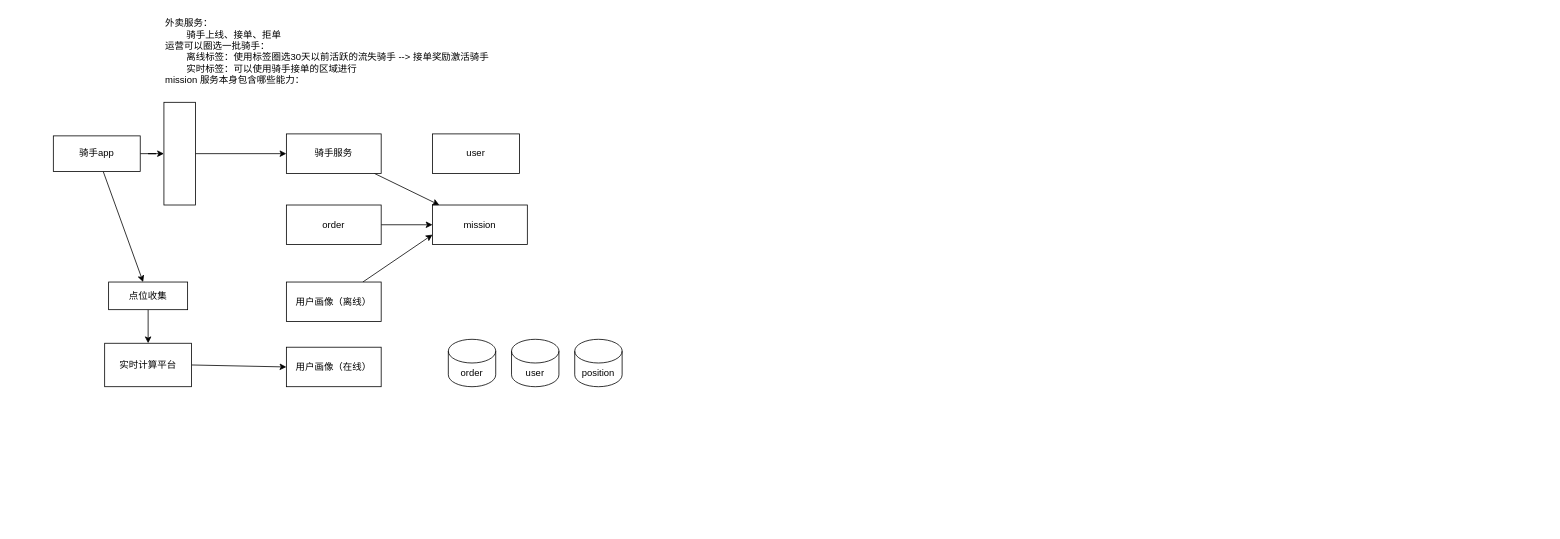
ShayneL/- keeps this draw.io diagram as 面试1.drawio. Above is the earlier version. Source tidied: cells renumbered, new cells numbered last; positions are measured from the earlier drawing's top-left corner, leaving out a move shared by most shapes. Both pictures are drawn from the tidied source at 79%, with x=0, y=0 at pixel (53, 13).
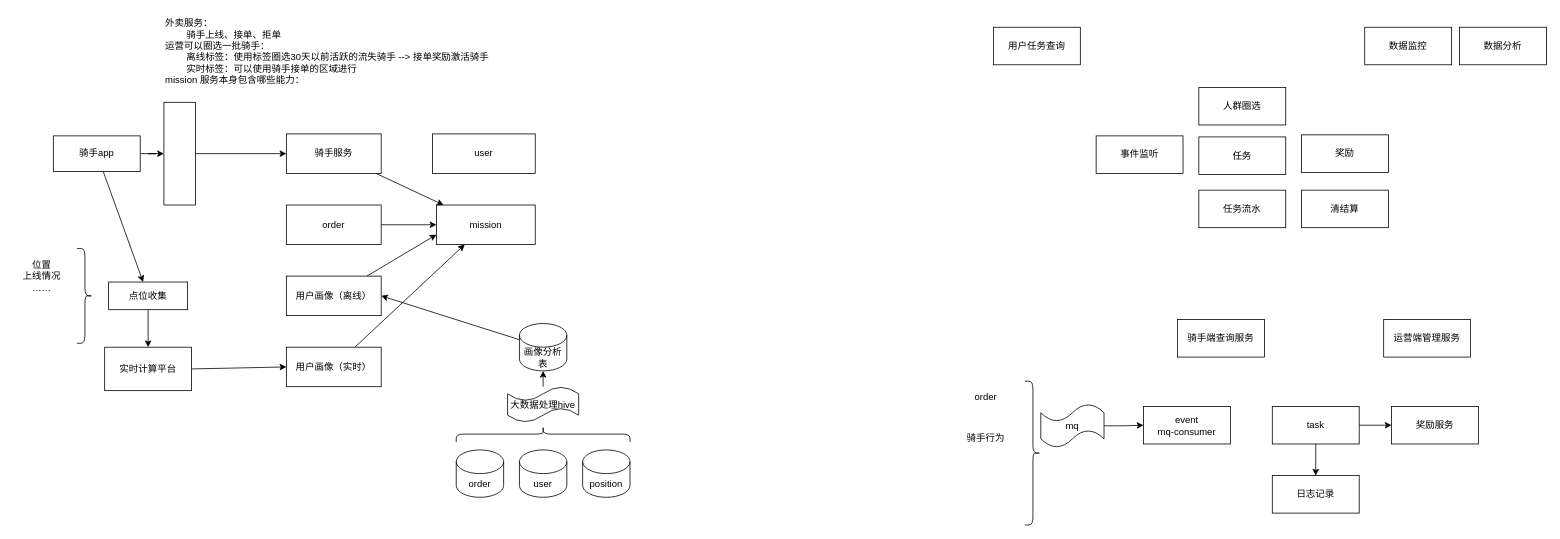
Above is the later version.

What changed in the source:
```diff
@@
     <mxCell id="3" value="mission" style="rounded=0;whiteSpace=wrap;html=1;" parent="1" vertex="1">
-      <mxGeometry x="480" y="242" width="120" height="50" as="geometry" />
+      <mxGeometry x="485" y="242" width="125" height="50" as="geometry" />
     </mxCell>
@@
     <mxCell id="9" value="用户画像（离线）" style="rounded=0;whiteSpace=wrap;html=1;" parent="1" vertex="1">
-      <mxGeometry x="295" y="339.5" width="120" height="50" as="geometry" />
+      <mxGeometry x="295" y="332" width="120" height="50" as="geometry" />
     </mxCell>
@@
+    <mxCell id="24" style="rounded=0;jettySize=auto;html=1;" parent="1" edge="1" source="15" target="3">
+      <mxGeometry relative="1" as="geometry" />
+    </mxCell>
-    <mxCell id="15" value="用户画像（在线）" style="rounded=0;whiteSpace=wrap;html=1;" parent="1" vertex="1">
+    <mxCell id="15" value="用户画像（实时）" style="rounded=0;whiteSpace=wrap;html=1;" parent="1" vertex="1">
       <mxGeometry x="295" y="422" width="120" height="50" as="geometry" />
     </mxCell>
@@
     <mxCell id="19" value="order" style="shape=cylinder3;whiteSpace=wrap;html=1;boundedLbl=1;backgroundOutline=1;size=15;" parent="1" vertex="1">
-      <mxGeometry x="500" y="412" width="60" height="60" as="geometry" />
+      <mxGeometry x="510" y="552" width="60" height="60" as="geometry" />
     </mxCell>
     <mxCell id="20" value="user" style="rounded=0;whiteSpace=wrap;html=1;" parent="1" vertex="1">
-      <mxGeometry x="480" y="152" width="110" height="50" as="geometry" />
+      <mxGeometry x="480" y="152" width="130" height="50" as="geometry" />
     </mxCell>
     <mxCell id="21" value="user" style="shape=cylinder3;whiteSpace=wrap;html=1;boundedLbl=1;backgroundOutline=1;size=15;" parent="1" vertex="1">
-      <mxGeometry x="580" y="412" width="60" height="60" as="geometry" />
+      <mxGeometry x="590" y="552" width="60" height="60" as="geometry" />
     </mxCell>
     <mxCell id="22" value="position" style="shape=cylinder3;whiteSpace=wrap;html=1;boundedLbl=1;backgroundOutline=1;size=15;" parent="1" vertex="1">
-      <mxGeometry x="660" y="412" width="60" height="60" as="geometry" />
+      <mxGeometry x="670" y="552" width="60" height="60" as="geometry" />
     </mxCell>
     <mxCell id="23" value="实时计算平台" style="rounded=0;whiteSpace=wrap;html=1;" parent="1" vertex="1">
-      <mxGeometry x="65" y="417" width="110" height="55" as="geometry" />
+      <mxGeometry x="65" y="422" width="110" height="55" as="geometry" />
     </mxCell>
+    <mxCell id="25" style="shape=curlyBracket;whiteSpace=wrap;html=1;rounded=1;flipH=1;labelPosition=right;verticalLabelPosition=middle;align=left;verticalAlign=middle;" parent="1" vertex="1">
+      <mxGeometry x="30" y="297" width="20" height="120" as="geometry" />
+    </mxCell>
+    <mxCell id="26" value="位置&lt;div&gt;上线情况&lt;/div&gt;&lt;div&gt;……&lt;/div&gt;" style="text;html=1;align=center;verticalAlign=middle;strokeColor=none;fillColor=none;" parent="1" vertex="1">
+      <mxGeometry x="-50" y="302" width="70" height="60" as="geometry" />
+    </mxCell>
+    <mxCell id="27" style="shape=curlyBracket;whiteSpace=wrap;html=1;rounded=1;labelPosition=left;verticalLabelPosition=middle;align=right;verticalAlign=middle;rotation=90;" parent="1" vertex="1">
+      <mxGeometry x="610" y="422" width="20" height="220" as="geometry" />
+    </mxCell>
+    <mxCell id="28" style="edgeStyle=orthogonalEdgeStyle;rounded=0;jettySize=auto;html=1;" parent="1" edge="1" source="29">
+      <mxGeometry relative="1" as="geometry">
+        <mxPoint x="620" y="452" as="targetPoint" />
+      </mxGeometry>
+    </mxCell>
+    <mxCell id="29" value="大数据处理hive" style="shape=tape;whiteSpace=wrap;html=1;" parent="1" vertex="1">
+      <mxGeometry x="575" y="472" width="90" height="45" as="geometry" />
+    </mxCell>
+    <mxCell id="30" style="rounded=0;jettySize=auto;html=1;entryX=1;entryY=0.5;entryDx=0;entryDy=0;" parent="1" edge="1" source="31" target="9">
+      <mxGeometry relative="1" as="geometry" />
+    </mxCell>
+    <mxCell id="31" value="画像分析表" style="shape=cylinder3;whiteSpace=wrap;html=1;boundedLbl=1;backgroundOutline=1;size=15;" parent="1" vertex="1">
+      <mxGeometry x="590" y="392" width="60" height="60" as="geometry" />
+    </mxCell>
+    <mxCell id="32" value="任务" style="rounded=0;whiteSpace=wrap;html=1;" parent="1" vertex="1">
+      <mxGeometry x="1450" y="155.8" width="110" height="47.5" as="geometry" />
+    </mxCell>
+    <mxCell id="33" value="人群圈选" style="rounded=0;whiteSpace=wrap;html=1;" parent="1" vertex="1">
+      <mxGeometry x="1450" y="93.2" width="110" height="47.5" as="geometry" />
+    </mxCell>
+    <mxCell id="34" value="事件监听" style="rounded=0;whiteSpace=wrap;html=1;" parent="1" vertex="1">
+      <mxGeometry x="1320" y="154.5" width="110" height="47.5" as="geometry" />
+    </mxCell>
+    <mxCell id="35" value="奖励" style="rounded=0;whiteSpace=wrap;html=1;" parent="1" vertex="1">
+      <mxGeometry x="1580" y="153.2" width="110" height="47.5" as="geometry" />
+    </mxCell>
+    <mxCell id="36" value="任务流水" style="rounded=0;whiteSpace=wrap;html=1;" parent="1" vertex="1">
+      <mxGeometry x="1450" y="223.2" width="110" height="47.5" as="geometry" />
+    </mxCell>
+    <mxCell id="37" value="用户任务查询" style="rounded=0;whiteSpace=wrap;html=1;" parent="1" vertex="1">
+      <mxGeometry x="1190" y="17" width="110" height="47.5" as="geometry" />
+    </mxCell>
+    <mxCell id="38" value="数据监控" style="rounded=0;whiteSpace=wrap;html=1;" parent="1" vertex="1">
+      <mxGeometry x="1660" y="17" width="110" height="47.5" as="geometry" />
+    </mxCell>
+    <mxCell id="39" value="数据分析" style="rounded=0;whiteSpace=wrap;html=1;" parent="1" vertex="1">
+      <mxGeometry x="1780" y="17" width="110" height="47.5" as="geometry" />
+    </mxCell>
+    <mxCell id="40" value="清结算" style="rounded=0;whiteSpace=wrap;html=1;" parent="1" vertex="1">
+      <mxGeometry x="1580" y="223.2" width="110" height="47.5" as="geometry" />
+    </mxCell>
+    <mxCell id="41" style="edgeStyle=orthogonalEdgeStyle;rounded=0;jettySize=auto;html=1;" parent="1" edge="1" source="43" target="45">
+      <mxGeometry relative="1" as="geometry" />
+    </mxCell>
+    <mxCell id="42" style="edgeStyle=orthogonalEdgeStyle;rounded=0;jettySize=auto;html=1;" parent="1" edge="1" source="43" target="44">
+      <mxGeometry relative="1" as="geometry" />
+    </mxCell>
+    <mxCell id="43" value="task" style="rounded=0;whiteSpace=wrap;html=1;" parent="1" vertex="1">
+      <mxGeometry x="1543" y="497" width="110" height="47.5" as="geometry" />
+    </mxCell>
+    <mxCell id="44" value="奖励服务" style="rounded=0;whiteSpace=wrap;html=1;" parent="1" vertex="1">
+      <mxGeometry x="1694" y="497" width="110" height="47.5" as="geometry" />
+    </mxCell>
+    <mxCell id="45" value="日志记录" style="rounded=0;whiteSpace=wrap;html=1;" parent="1" vertex="1">
+      <mxGeometry x="1543" y="584.5" width="110" height="47.5" as="geometry" />
+    </mxCell>
+    <mxCell id="46" value="运营端管理服务" style="rounded=0;whiteSpace=wrap;html=1;" parent="1" vertex="1">
+      <mxGeometry x="1684" y="387" width="110" height="47.5" as="geometry" />
+    </mxCell>
+    <mxCell id="47" value="骑手端查询服务" style="rounded=0;whiteSpace=wrap;html=1;" parent="1" vertex="1">
+      <mxGeometry x="1423" y="387" width="110" height="47.5" as="geometry" />
+    </mxCell>
+    <mxCell id="48" value="event&lt;div&gt;mq-consumer&lt;/div&gt;" style="rounded=0;whiteSpace=wrap;html=1;" parent="1" vertex="1">
+      <mxGeometry x="1380" y="497" width="110" height="47.5" as="geometry" />
+    </mxCell>
+    <mxCell id="49" style="edgeStyle=orthogonalEdgeStyle;rounded=0;jettySize=auto;html=1;" parent="1" edge="1" source="50" target="48">
+      <mxGeometry relative="1" as="geometry" />
+    </mxCell>
+    <mxCell id="50" value="mq" style="shape=tape;whiteSpace=wrap;html=1;" parent="1" vertex="1">
+      <mxGeometry x="1250" y="494" width="80" height="55" as="geometry" />
+    </mxCell>
+    <mxCell id="51" style="shape=curlyBracket;whiteSpace=wrap;html=1;rounded=1;flipH=1;labelPosition=right;verticalLabelPosition=middle;align=left;verticalAlign=middle;" parent="1" vertex="1">
+      <mxGeometry x="1230" y="465" width="20" height="182" as="geometry" />
+    </mxCell>
+    <mxCell id="52" value="order" style="text;html=1;align=center;verticalAlign=middle;strokeColor=none;fillColor=none;" parent="1" vertex="1">
+      <mxGeometry x="1155" y="470" width="50" height="30" as="geometry" />
+    </mxCell>
+    <mxCell id="53" value="骑手行为" style="text;html=1;align=center;verticalAlign=middle;strokeColor=none;fillColor=none;" parent="1" vertex="1">
+      <mxGeometry x="1145" y="522" width="70" height="30" as="geometry" />
+    </mxCell>
```
